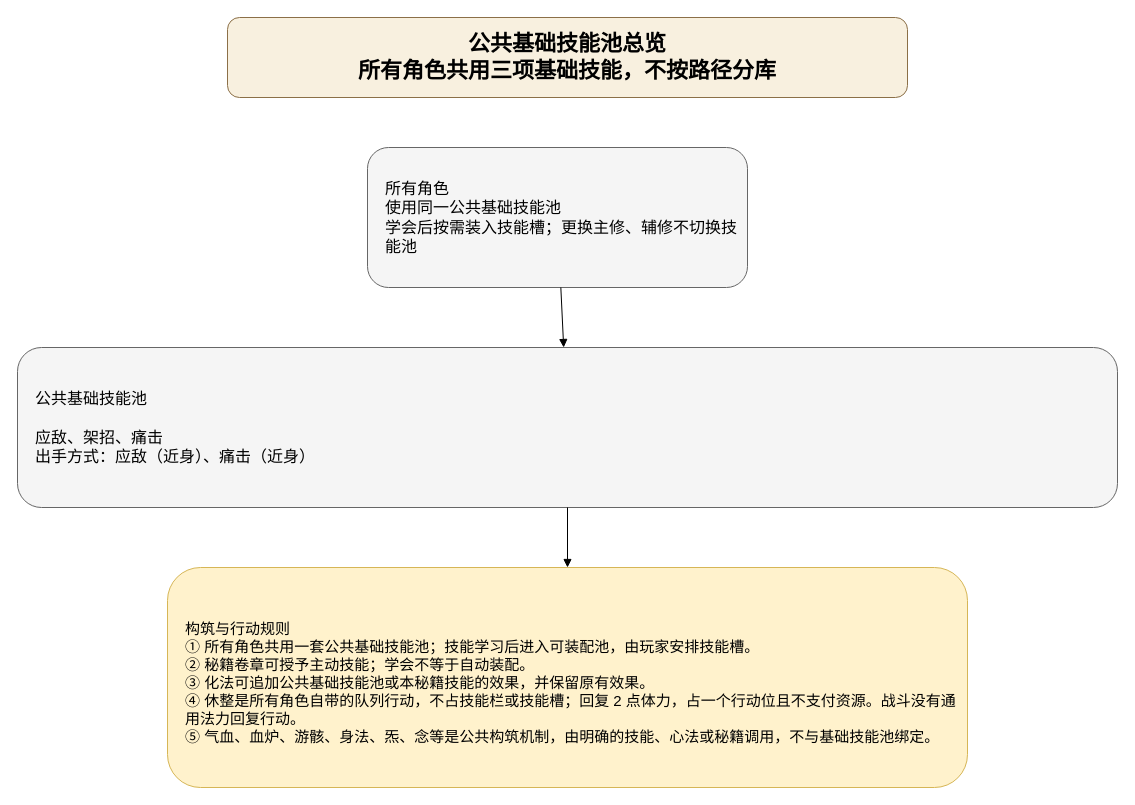
Before: docs/基础牌库词典/drawio/基础牌库总览.drawio in ankundanetracyc-spec/tian-guan-you-du, a draw.io diagram. Source tidied: cells renumbered, new cells numbered last; positions are measured from the earlier drawing's top-left corner, leaving out a move shared by most shapes. Both pictures are drawn from the tidied source at 100%, with x=0, y=0 at pixel (17, 17).
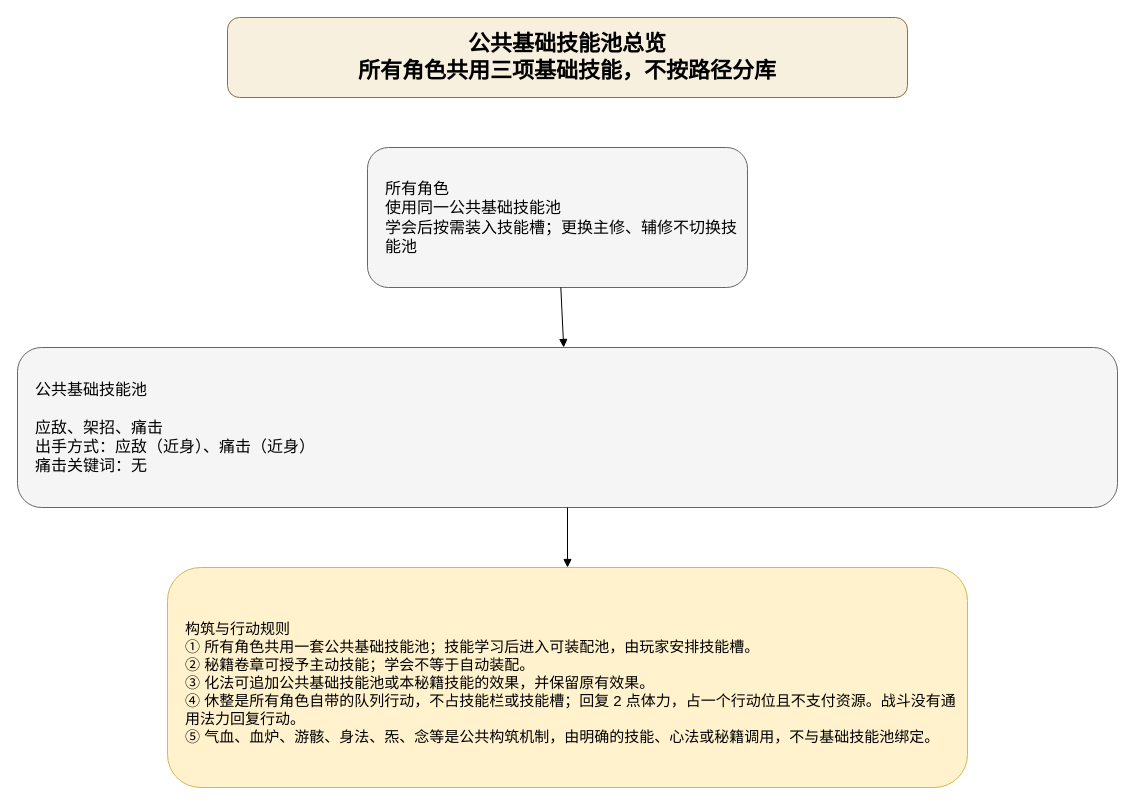
The same page after the edit.

Diff of the diagram source:
```diff
@@
 <mxGraphModel>
   <root>
     <mxCell id="0" />
     <mxCell id="1" parent="0" />
     <mxCell id="2" value="公共基础技能池总览&#10;所有角色共用三项基础技能，不按路径分库" style="rounded=1;whiteSpace=wrap;html=1;fillColor=#f8f0df;strokeColor=#8b6f47;fontSize=22;fontStyle=1;" parent="1" vertex="1">
       <mxGeometry x="210" width="680" height="80" as="geometry" />
     </mxCell>
     <mxCell id="3" value="所有角色&#10;使用同一公共基础技能池&#10;学会后按需装入技能槽；更换主修、辅修不切换技能池" style="rounded=1;whiteSpace=wrap;html=1;fillColor=#f5f5f5;strokeColor=#666666;fontSize=16;align=left;spacingLeft=16;" parent="1" vertex="1">
       <mxGeometry x="350" y="130" width="380" height="140" as="geometry" />
     </mxCell>
-    <mxCell id="4" value="公共基础技能池&#10;&#10;应敌、架招、痛击&#10;出手方式：应敌（近身）、痛击（近身）" style="rounded=1;whiteSpace=wrap;html=1;fillColor=#f5f5f5;strokeColor=#666666;fontSize=16;align=left;spacingLeft=16;" parent="1" vertex="1">
+    <mxCell id="4" value="公共基础技能池&#10;&#10;应敌、架招、痛击&#10;出手方式：应敌（近身）、痛击（近身）&#10;痛击关键词：无" style="rounded=1;whiteSpace=wrap;html=1;fillColor=#f5f5f5;strokeColor=#666666;fontSize=16;align=left;spacingLeft=16;" parent="1" vertex="1">
       <mxGeometry y="330" width="1100" height="160" as="geometry" />
     </mxCell>
     <mxCell id="5" value="构筑与行动规则&#10;① 所有角色共用一套公共基础技能池；技能学习后进入可装配池，由玩家安排技能槽。&#10;② 秘籍卷章可授予主动技能；学会不等于自动装配。&#10;③ 化法可追加公共基础技能池或本秘籍技能的效果，并保留原有效果。&#10;④ 休整是所有角色自带的队列行动，不占技能栏或技能槽；回复 2 点体力，占一个行动位且不支付资源。战斗没有通用法力回复行动。&#10;⑤ 气血、血炉、游骸、身法、炁、念等是公共构筑机制，由明确的技能、心法或秘籍调用，不与基础技能池绑定。" style="rounded=1;whiteSpace=wrap;html=1;fillColor=#fff2cc;strokeColor=#d6b656;fontSize=15;align=left;spacingLeft=16;spacingTop=10;" parent="1" vertex="1">
       <mxGeometry x="150" y="550" width="800" height="220" as="geometry" />
     </mxCell>
     <mxCell id="6" style="endArrow=block;html=1;" parent="1" edge="1" source="3" target="4">
       <mxGeometry relative="1" as="geometry" />
     </mxCell>
     <mxCell id="7" style="endArrow=block;html=1;edgeStyle=orthogonalEdgeStyle;" parent="1" edge="1" source="4" target="5">
       <mxGeometry relative="1" as="geometry" />
     </mxCell>
   </root>
 </mxGraphModel>
```
